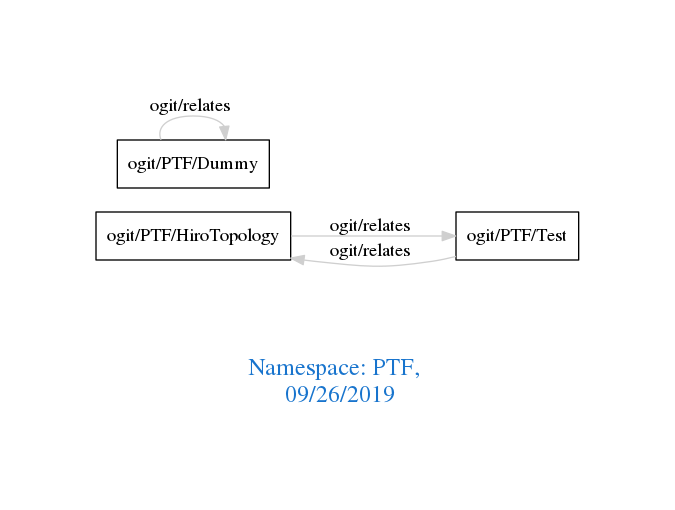
The Graphviz diagram downloads/PTF.png in arago/OGIT, before a commit. Its source is kept beside it as downloads/PTF.dot.
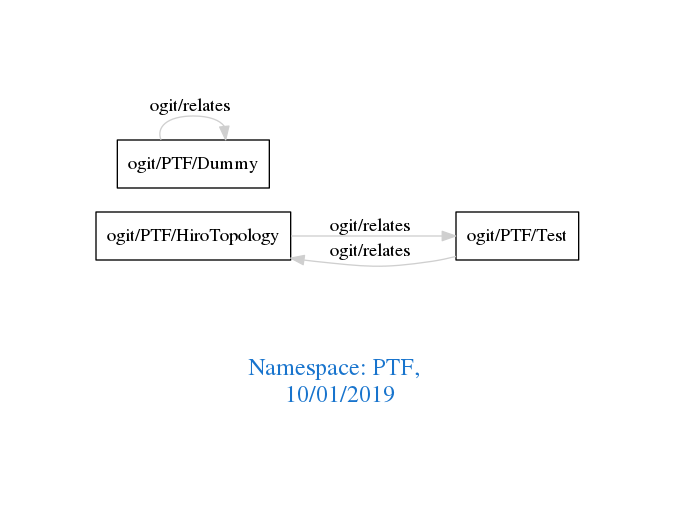
The same diagram one commit later.

The edit, as a diff of the source:
```diff
@@ -1,7 +1,7 @@
 digraph OGIT_ontology {
  graph [ rankdir= LR,pad=1
 fontsize = 18,
-fontcolor= dodgerblue3,label = "\n\n\nNamespace: PTF, \n 09/26/2019"];
+fontcolor= dodgerblue3,label = "\n\n\nNamespace: PTF, \n 10/01/2019"];
 node[shape=polygon];
 edge [  color="gray81"];
 
```
